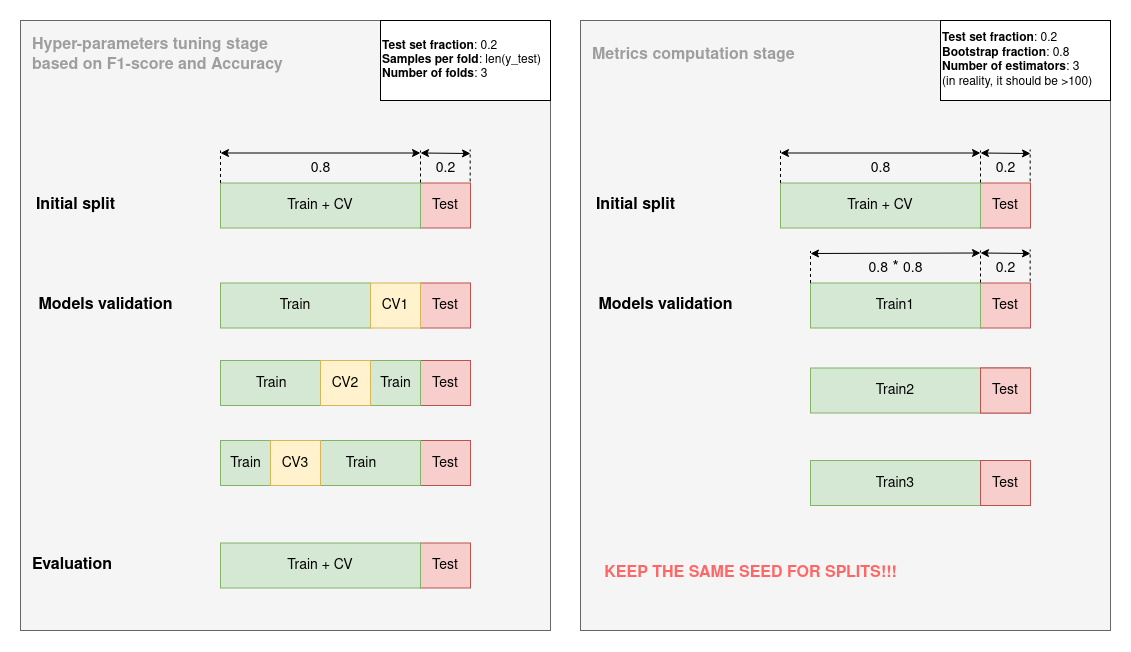
Earlier version of the draw.io export docs/diagrams/Dataset_Splits_Pipeline.png (DataResponsibly/Virny). Source tidied: cells renumbered, new cells last; positions are measured from the earlier drawing's top-left corner, leaving out a move shared by most shapes.
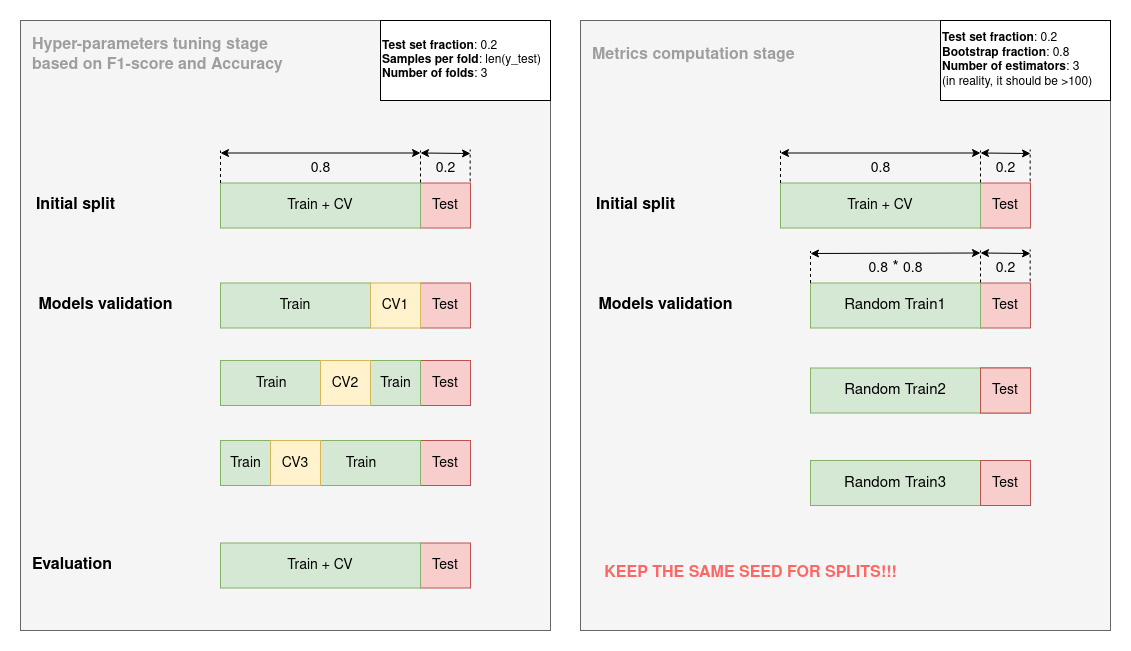
After the change.

Commit message:
Added dataset splits diagrams

The edit, as a diff of the source:
```diff
@@ -159,7 +159,7 @@
     <mxCell id="44" value="&lt;font style=&quot;font-size: 14px;&quot;&gt;&lt;font style=&quot;font-size: 14px;&quot;&gt;Test&lt;/font&gt;&lt;/font&gt;" style="rounded=0;whiteSpace=wrap;html=1;fontSize=16;fillColor=#f8cecc;strokeColor=#b85450;" parent="1" vertex="1">
       <mxGeometry x="960" y="262.5" width="50" height="45" as="geometry" />
     </mxCell>
-    <mxCell id="45" value="&lt;font style=&quot;font-size: 15px;&quot;&gt;&lt;font style=&quot;font-size: 14px;&quot;&gt;Train1&lt;br&gt;&lt;/font&gt;&lt;/font&gt;" style="rounded=0;whiteSpace=wrap;html=1;fontSize=16;fillColor=#d5e8d4;strokeColor=#82b366;" parent="1" vertex="1">
+    <mxCell id="45" value="&lt;font style=&quot;font-size: 15px;&quot;&gt;&lt;font style=&quot;font-size: 15px;&quot;&gt;&lt;font style=&quot;font-size: 15px;&quot;&gt;&lt;font style=&quot;font-size: 15px;&quot;&gt;Random&lt;/font&gt;&lt;/font&gt;&lt;/font&gt;&lt;/font&gt;&lt;font style=&quot;font-size: 15px;&quot;&gt; &lt;font style=&quot;font-size: 15px;&quot;&gt;&lt;font style=&quot;font-size: 15px;&quot;&gt;Train1&lt;br&gt;&lt;/font&gt;&lt;/font&gt;&lt;/font&gt;" style="rounded=0;whiteSpace=wrap;html=1;fontSize=16;fillColor=#d5e8d4;strokeColor=#82b366;" parent="1" vertex="1">
       <mxGeometry x="790" y="262.5" width="170" height="45" as="geometry" />
     </mxCell>
     <mxCell id="46" value="&lt;font style=&quot;font-size: 14px;&quot;&gt;&lt;font style=&quot;font-size: 14px;&quot;&gt;0.2&lt;/font&gt;&lt;/font&gt;" style="text;html=1;align=center;verticalAlign=middle;strokeColor=none;fillColor=none;fontSize=16;" parent="1" vertex="1">
@@ -201,13 +201,13 @@
     <mxCell id="53" value="&lt;font style=&quot;font-size: 14px;&quot;&gt;&lt;font style=&quot;font-size: 14px;&quot;&gt;Test&lt;/font&gt;&lt;/font&gt;" style="rounded=0;whiteSpace=wrap;html=1;fontSize=16;fillColor=#f8cecc;strokeColor=#b85450;" parent="1" vertex="1">
       <mxGeometry x="960" y="347.5" width="50" height="45" as="geometry" />
     </mxCell>
-    <mxCell id="54" value="&lt;font style=&quot;font-size: 15px;&quot;&gt;&lt;font style=&quot;font-size: 14px;&quot;&gt;Train2&lt;/font&gt;&lt;/font&gt;" style="rounded=0;whiteSpace=wrap;html=1;fontSize=16;fillColor=#d5e8d4;strokeColor=#82b366;" parent="1" vertex="1">
+    <mxCell id="54" value="&lt;font style=&quot;font-size: 15px;&quot;&gt;&lt;font style=&quot;font-size: 15px;&quot;&gt;&lt;font style=&quot;font-size: 15px;&quot;&gt;Random&lt;/font&gt;&lt;/font&gt;&lt;/font&gt;&lt;font style=&quot;font-size: 15px;&quot;&gt; &lt;font style=&quot;font-size: 15px;&quot;&gt;&lt;font style=&quot;font-size: 15px;&quot;&gt;Train2&lt;/font&gt;&lt;/font&gt;&lt;/font&gt;" style="rounded=0;whiteSpace=wrap;html=1;fontSize=16;fillColor=#d5e8d4;strokeColor=#82b366;" parent="1" vertex="1">
       <mxGeometry x="790" y="347.5" width="170" height="45" as="geometry" />
     </mxCell>
     <mxCell id="55" value="&lt;font style=&quot;font-size: 14px;&quot;&gt;&lt;font style=&quot;font-size: 14px;&quot;&gt;Test&lt;/font&gt;&lt;/font&gt;" style="rounded=0;whiteSpace=wrap;html=1;fontSize=16;fillColor=#f8cecc;strokeColor=#b85450;" parent="1" vertex="1">
       <mxGeometry x="960" y="347.5" width="50" height="45" as="geometry" />
     </mxCell>
-    <mxCell id="56" value="&lt;font style=&quot;font-size: 15px;&quot;&gt;&lt;font style=&quot;font-size: 14px;&quot;&gt;Train3&lt;/font&gt;&lt;/font&gt;" style="rounded=0;whiteSpace=wrap;html=1;fontSize=16;fillColor=#d5e8d4;strokeColor=#82b366;" parent="1" vertex="1">
+    <mxCell id="56" value="&lt;font style=&quot;font-size: 15px;&quot;&gt;&lt;font style=&quot;font-size: 15px;&quot;&gt;Random&lt;/font&gt;&lt;/font&gt; &lt;font style=&quot;font-size: 15px;&quot;&gt;&lt;font style=&quot;font-size: 15px;&quot;&gt;&lt;font style=&quot;font-size: 15px;&quot;&gt;Train3&lt;/font&gt;&lt;/font&gt;&lt;/font&gt;" style="rounded=0;whiteSpace=wrap;html=1;fontSize=16;fillColor=#d5e8d4;strokeColor=#82b366;" parent="1" vertex="1">
       <mxGeometry x="790" y="440" width="170" height="45" as="geometry" />
     </mxCell>
     <mxCell id="57" value="&lt;font style=&quot;font-size: 14px;&quot;&gt;&lt;font style=&quot;font-size: 14px;&quot;&gt;Test&lt;/font&gt;&lt;/font&gt;" style="rounded=0;whiteSpace=wrap;html=1;fontSize=16;fillColor=#f8cecc;strokeColor=#b85450;" parent="1" vertex="1">
```
